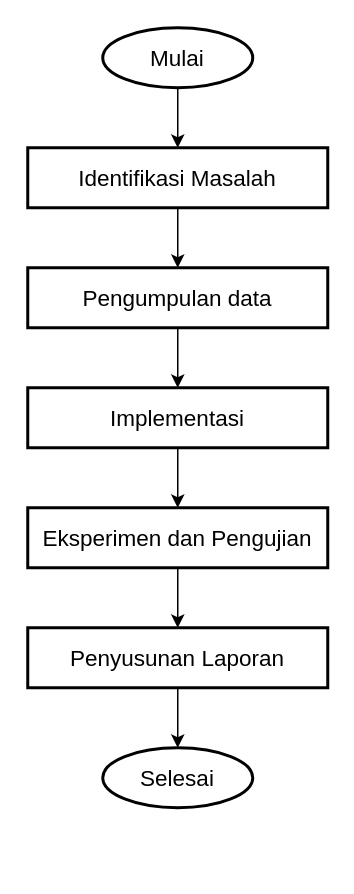
Before: page "Halaman-5" (5 of 5) of Diagram Tanpa Judul.drawio in NayaRPL/bebas, a draw.io diagram. Source tidied: cells renumbered, new cells numbered last; positions are measured from the earlier drawing's top-left corner, leaving out a move shared by most shapes. Both pictures are drawn from the tidied source at 150%, with x=0, y=0 at pixel (27, 27).
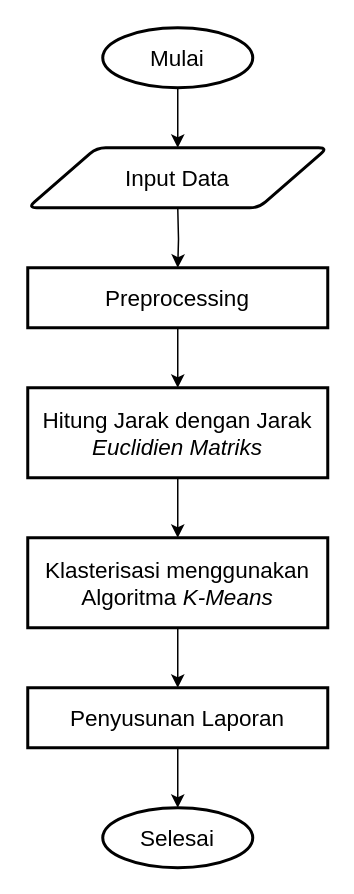
Above is the later version.

Change to the diagram source:
```diff
@@
 <mxGraphModel>
   <root>
     <mxCell id="0" />
     <mxCell id="1" parent="0" />
-    <mxCell id="2" style="edgeStyle=orthogonalEdgeStyle;rounded=0;jettySize=auto;html=1;exitX=0.5;exitY=1;exitDx=0;exitDy=0;exitPerimeter=0;entryX=0.5;entryY=0;entryDx=0;entryDy=0;" parent="1" edge="1" source="3" target="5">
-      <mxGeometry relative="1" as="geometry" />
+    <mxCell id="2" style="edgeStyle=orthogonalEdgeStyle;rounded=0;jettySize=auto;html=1;exitX=0.5;exitY=1;exitDx=0;exitDy=0;exitPerimeter=0;entryX=0.5;entryY=0;entryDx=0;entryDy=0;" parent="1" edge="1" source="3">
+      <mxGeometry relative="1" as="geometry">
+        <mxPoint x="100" y="80" as="targetPoint" />
+      </mxGeometry>
     </mxCell>
     <mxCell id="3" value="&lt;font style=&quot;font-size: 15px;&quot;&gt;Mulai&lt;/font&gt;" style="strokeWidth=2;html=1;shape=mxgraph.flowchart.start_1;whiteSpace=wrap;" parent="1" vertex="1">
       <mxGeometry x="50" width="100" height="40" as="geometry" />
     </mxCell>
-    <mxCell id="4" style="edgeStyle=orthogonalEdgeStyle;rounded=0;jettySize=auto;html=1;exitX=0.5;exitY=1;exitDx=0;exitDy=0;entryX=0.5;entryY=0;entryDx=0;entryDy=0;" parent="1" edge="1" source="5" target="7">
-      <mxGeometry relative="1" as="geometry" />
+    <mxCell id="4" style="edgeStyle=orthogonalEdgeStyle;rounded=0;jettySize=auto;html=1;exitX=0.5;exitY=1;exitDx=0;exitDy=0;entryX=0.5;entryY=0;entryDx=0;entryDy=0;" parent="1" edge="1" target="7">
+      <mxGeometry relative="1" as="geometry">
+        <mxPoint x="100" y="120" as="sourcePoint" />
+      </mxGeometry>
     </mxCell>
-    <mxCell id="5" value="&lt;font style=&quot;font-size: 15px;&quot;&gt;Identifikasi Masalah&lt;/font&gt;" style="rounded=0;whiteSpace=wrap;html=1;absoluteArcSize=1;arcSize=14;strokeWidth=2;" parent="1" vertex="1">
-      <mxGeometry y="80" width="200" height="40" as="geometry" />
-    </mxCell>
     <mxCell id="6" style="edgeStyle=orthogonalEdgeStyle;rounded=0;jettySize=auto;html=1;exitX=0.5;exitY=1;exitDx=0;exitDy=0;entryX=0.5;entryY=0;entryDx=0;entryDy=0;" parent="1" edge="1" source="7" target="9">
       <mxGeometry relative="1" as="geometry" />
     </mxCell>
-    <mxCell id="7" value="&lt;font style=&quot;font-size: 15px;&quot;&gt;Pengumpulan data&lt;/font&gt;" style="rounded=0;whiteSpace=wrap;html=1;absoluteArcSize=1;arcSize=14;strokeWidth=2;" parent="1" vertex="1">
+    <mxCell id="7" value="&lt;font style=&quot;font-size: 15px;&quot;&gt;Preprocessing&lt;/font&gt;" style="rounded=0;whiteSpace=wrap;html=1;absoluteArcSize=1;arcSize=14;strokeWidth=2;" parent="1" vertex="1">
       <mxGeometry y="160" width="200" height="40" as="geometry" />
     </mxCell>
     <mxCell id="8" style="edgeStyle=orthogonalEdgeStyle;rounded=0;jettySize=auto;html=1;exitX=0.5;exitY=1;exitDx=0;exitDy=0;entryX=0.5;entryY=0;entryDx=0;entryDy=0;" parent="1" edge="1" source="9" target="11">
       <mxGeometry relative="1" as="geometry" />
     </mxCell>
-    <mxCell id="9" value="&lt;font style=&quot;font-size: 15px;&quot;&gt;Implementasi&lt;/font&gt;" style="rounded=0;whiteSpace=wrap;html=1;absoluteArcSize=1;arcSize=14;strokeWidth=2;" parent="1" vertex="1">
-      <mxGeometry y="240" width="200" height="40" as="geometry" />
+    <mxCell id="9" value="&lt;font style=&quot;font-size: 15px;&quot;&gt;Hitung Jarak dengan Jarak &lt;i&gt;Euclidien Matriks&lt;/i&gt;&lt;/font&gt;" style="rounded=0;whiteSpace=wrap;html=1;absoluteArcSize=1;arcSize=14;strokeWidth=2;" parent="1" vertex="1">
+      <mxGeometry y="240" width="200" height="60" as="geometry" />
     </mxCell>
     <mxCell id="10" style="edgeStyle=orthogonalEdgeStyle;rounded=0;jettySize=auto;html=1;exitX=0.5;exitY=1;exitDx=0;exitDy=0;entryX=0.5;entryY=0;entryDx=0;entryDy=0;" parent="1" edge="1" source="11" target="12">
       <mxGeometry relative="1" as="geometry" />
     </mxCell>
-    <mxCell id="11" value="&lt;font style=&quot;font-size: 15px;&quot;&gt;Eksperimen dan Pengujian&lt;/font&gt;" style="rounded=0;whiteSpace=wrap;html=1;absoluteArcSize=1;arcSize=14;strokeWidth=2;" parent="1" vertex="1">
-      <mxGeometry y="320" width="200" height="40" as="geometry" />
+    <mxCell id="11" value="&lt;font style=&quot;font-size: 15px;&quot;&gt;Klasterisasi menggunakan Algoritma &lt;i&gt;K-Means&lt;/i&gt;&lt;/font&gt;" style="rounded=0;whiteSpace=wrap;html=1;absoluteArcSize=1;arcSize=14;strokeWidth=2;" parent="1" vertex="1">
+      <mxGeometry y="340" width="200" height="60" as="geometry" />
     </mxCell>
     <mxCell id="12" value="&lt;font style=&quot;font-size: 15px;&quot;&gt;Penyusunan Laporan&lt;/font&gt;" style="rounded=0;whiteSpace=wrap;html=1;absoluteArcSize=1;arcSize=14;strokeWidth=2;" parent="1" vertex="1">
-      <mxGeometry y="400" width="200" height="40" as="geometry" />
+      <mxGeometry y="440" width="200" height="40" as="geometry" />
     </mxCell>
     <mxCell id="13" value="&lt;font style=&quot;font-size: 15px;&quot;&gt;Selesai&lt;/font&gt;" style="strokeWidth=2;html=1;shape=mxgraph.flowchart.start_1;whiteSpace=wrap;" parent="1" vertex="1">
-      <mxGeometry x="50" y="480" width="100" height="40" as="geometry" />
+      <mxGeometry x="50" y="520" width="100" height="40" as="geometry" />
     </mxCell>
     <mxCell id="14" style="edgeStyle=orthogonalEdgeStyle;rounded=0;jettySize=auto;html=1;exitX=0.5;exitY=1;exitDx=0;exitDy=0;entryX=0.5;entryY=0;entryDx=0;entryDy=0;entryPerimeter=0;" parent="1" edge="1" source="12" target="13">
       <mxGeometry relative="1" as="geometry" />
     </mxCell>
+    <mxCell id="15" value="&lt;font style=&quot;font-size: 15px;&quot;&gt;Input Data&lt;/font&gt;" style="shape=parallelogram;html=1;strokeWidth=2;perimeter=parallelogramPerimeter;whiteSpace=wrap;rounded=1;arcSize=12;size=0.23;" parent="1" vertex="1">
+      <mxGeometry y="80" width="200" height="40" as="geometry" />
+    </mxCell>
   </root>
 </mxGraphModel>
```
